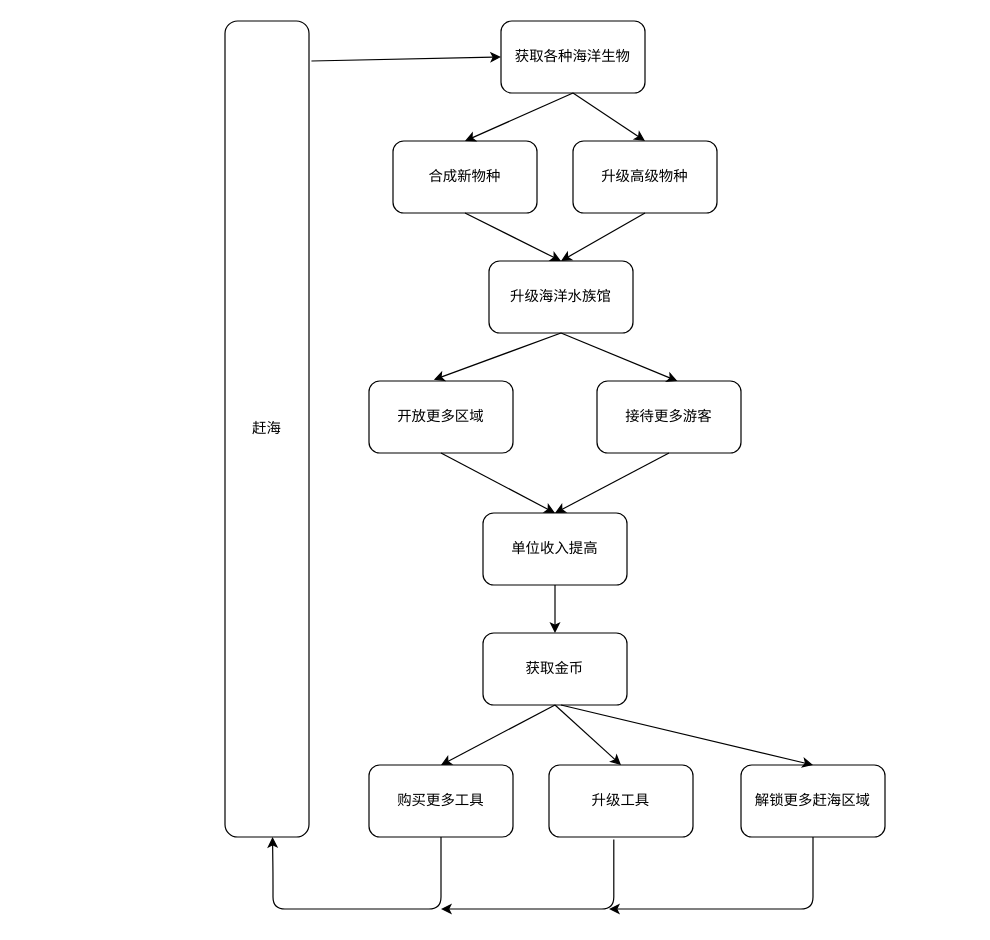
The draw.io diagram 赶海.drawio in loc1129/uml, before the edit. Source tidied: cells renumbered, new cells numbered last; positions are measured from the earlier drawing's top-left corner, leaving out a move shared by most shapes. Both pictures are drawn from the tidied source at 120%, with x=0, y=0 at pixel (224, 20).
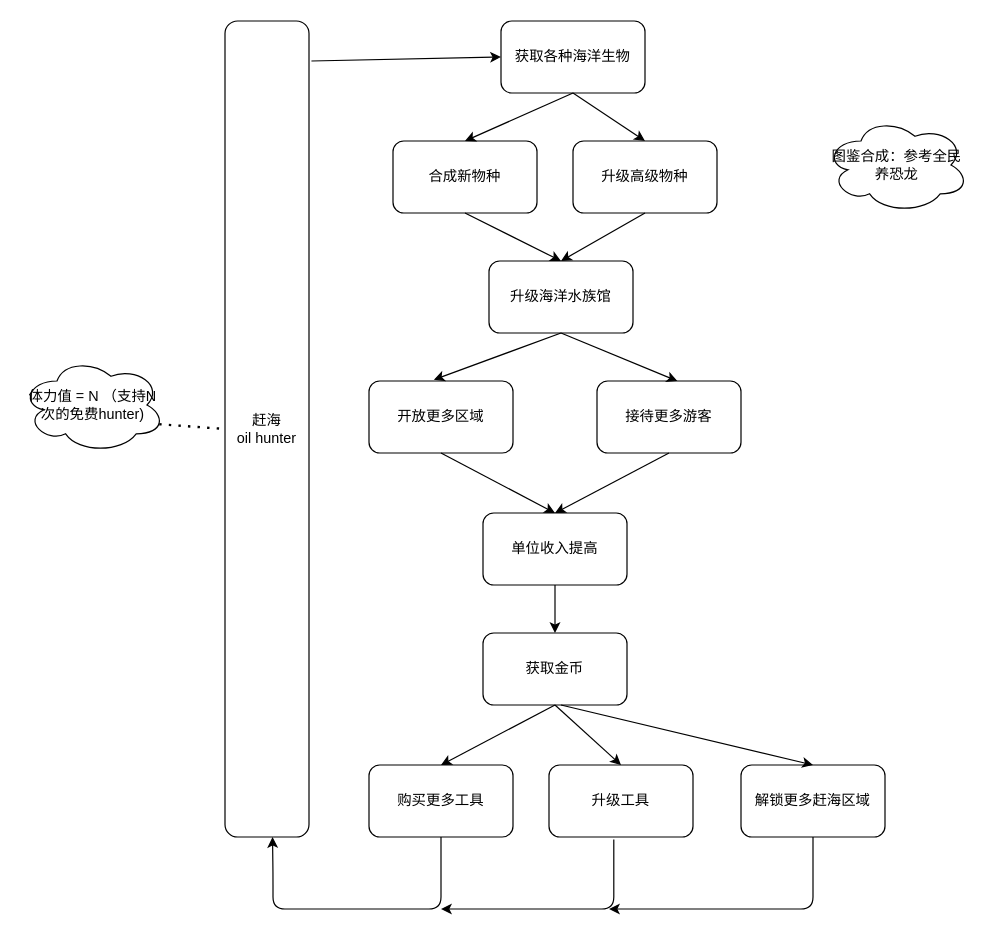
The same page after the edit.

What changed in the source:
```diff
@@
-    <mxCell id="2" value="赶海" style="rounded=1;whiteSpace=wrap;html=1;" parent="1" vertex="1">
+    <mxCell id="2" value="赶海&lt;br&gt;oil hunter" style="rounded=1;whiteSpace=wrap;html=1;" parent="1" vertex="1">
       <mxGeometry width="70" height="680" as="geometry" />
     </mxCell>
@@
+    <mxCell id="30" style="endArrow=none;dashed=1;html=1;dashPattern=1 3;strokeWidth=2;exitX=0.96;exitY=0.7;exitDx=0;exitDy=0;entryX=0;entryY=0.5;entryDx=0;entryDy=0;exitPerimeter=0;" parent="1" edge="1" source="31" target="2">
+      <mxGeometry relative="1" as="geometry" />
+    </mxCell>
+    <mxCell id="31" value="&lt;span&gt;体力值 = N （支持N次的免费hunter)&lt;/span&gt;" style="ellipse;shape=cloud;whiteSpace=wrap;html=1;" parent="1" vertex="1">
+      <mxGeometry x="-170" y="280" width="120" height="80" as="geometry" />
+    </mxCell>
+    <mxCell id="32" value="图鉴合成：参考全民养恐龙" style="ellipse;shape=cloud;whiteSpace=wrap;html=1;" parent="1" vertex="1">
+      <mxGeometry x="500" y="80" width="120" height="80" as="geometry" />
+    </mxCell>
```
